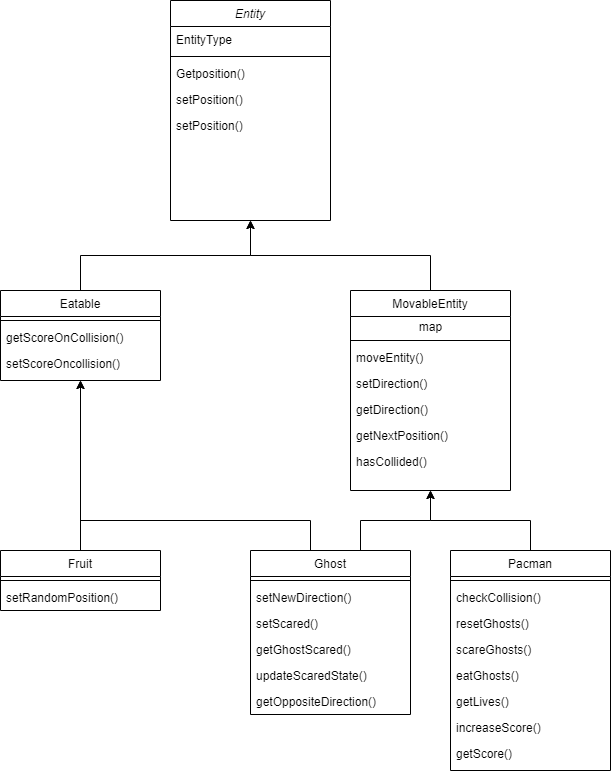
Above: classdiagram.png in berendvisser/pacman (draw.io), before the change. Source tidied: cells renumbered, new cells last; positions are measured from the earlier drawing's top-left corner, leaving out a move shared by most shapes. Its diagram source:
```xml
<mxGraphModel>
  <root>
    <mxCell id="0" />
    <mxCell id="1" parent="0" />
    <mxCell id="2" value="Entity" style="swimlane;fontStyle=2;align=center;verticalAlign=top;horizontal=1;startSize=26;rounded=0;shadow=0;strokeWidth=1;" parent="1" vertex="1">
      <mxGeometry x="170" width="160" height="220" as="geometry" />
    </mxCell>
    <mxCell id="3" value="EntityType" style="text;align=left;verticalAlign=top;spacingLeft=4;spacingRight=4;overflow=hidden;rounded=0;shadow=0;html=0;" parent="2" vertex="1">
      <mxGeometry y="26" width="160" height="26" as="geometry" />
    </mxCell>
    <mxCell id="4" style="line;html=1;strokeWidth=1;align=left;verticalAlign=middle;spacingTop=-1;spacingLeft=3;spacingRight=3;labelPosition=right;" parent="2" vertex="1">
      <mxGeometry y="52" width="160" height="8" as="geometry" />
    </mxCell>
    <mxCell id="5" value="Getposition()" style="text;align=left;verticalAlign=top;spacingLeft=4;spacingRight=4;overflow=hidden;rounded=0;shadow=0;html=0;" parent="2" vertex="1">
      <mxGeometry y="60" width="160" height="26" as="geometry" />
    </mxCell>
    <mxCell id="6" value="setPosition()" style="text;align=left;verticalAlign=top;spacingLeft=4;spacingRight=4;overflow=hidden;points=[[0,0.5],[1,0.5]];portConstraint=eastwest;rounded=0;shadow=0;html=0;" parent="2" vertex="1">
      <mxGeometry y="86" width="160" height="26" as="geometry" />
    </mxCell>
    <mxCell id="7" value="setPosition()" style="text;align=left;verticalAlign=top;spacingLeft=4;spacingRight=4;overflow=hidden;rounded=0;shadow=0;html=0;" parent="2" vertex="1">
      <mxGeometry y="112" width="160" height="26" as="geometry" />
    </mxCell>
    <mxCell id="8" style="edgeStyle=orthogonalEdgeStyle;rounded=0;jettySize=auto;html=1;exitX=0.5;exitY=0;exitDx=0;exitDy=0;" parent="1" edge="1" source="9">
      <mxGeometry relative="1" as="geometry">
        <mxPoint x="250" y="220" as="targetPoint" />
      </mxGeometry>
    </mxCell>
    <mxCell id="9" value="Eatable" style="swimlane;fontStyle=0;align=center;verticalAlign=top;horizontal=1;startSize=26;rounded=0;shadow=0;strokeWidth=1;" parent="1" vertex="1">
      <mxGeometry y="290" width="160" height="90" as="geometry" />
    </mxCell>
    <mxCell id="10" style="line;html=1;strokeWidth=1;align=left;verticalAlign=middle;spacingTop=-1;spacingLeft=3;spacingRight=3;labelPosition=right;" parent="9" vertex="1">
      <mxGeometry y="26" width="160" height="8" as="geometry" />
    </mxCell>
    <mxCell id="11" value="getScoreOnCollision()" style="text;align=left;verticalAlign=top;spacingLeft=4;spacingRight=4;overflow=hidden;rounded=0;shadow=0;html=0;" parent="9" vertex="1">
      <mxGeometry y="34" width="160" height="26" as="geometry" />
    </mxCell>
    <mxCell id="12" value="setScoreOncollision()" style="text;align=left;verticalAlign=top;spacingLeft=4;spacingRight=4;overflow=hidden;rounded=0;shadow=0;html=0;" parent="9" vertex="1">
      <mxGeometry y="60" width="160" height="26" as="geometry" />
    </mxCell>
    <mxCell id="13" style="edgeStyle=orthogonalEdgeStyle;rounded=0;jettySize=auto;html=1;exitX=0.5;exitY=0;exitDx=0;exitDy=0;entryX=0.5;entryY=1;entryDx=0;entryDy=0;" parent="1" edge="1" source="14" target="2">
      <mxGeometry relative="1" as="geometry" />
    </mxCell>
    <mxCell id="14" value="MovableEntity" style="swimlane;fontStyle=0;align=center;verticalAlign=top;horizontal=1;startSize=26;rounded=0;shadow=0;strokeWidth=1;" parent="1" vertex="1">
      <mxGeometry x="350" y="290" width="160" height="200" as="geometry" />
    </mxCell>
    <mxCell id="15" value="map" style="text;html=1;align=center;verticalAlign=middle;" parent="14" vertex="1">
      <mxGeometry y="26" width="160" height="20" as="geometry" />
    </mxCell>
    <mxCell id="16" style="line;html=1;strokeWidth=1;align=left;verticalAlign=middle;spacingTop=-1;spacingLeft=3;spacingRight=3;labelPosition=right;" parent="14" vertex="1">
      <mxGeometry y="46" width="160" height="8" as="geometry" />
    </mxCell>
    <mxCell id="17" value="moveEntity()" style="text;align=left;verticalAlign=top;spacingLeft=4;spacingRight=4;overflow=hidden;rounded=0;shadow=0;html=0;" parent="14" vertex="1">
      <mxGeometry y="54" width="160" height="26" as="geometry" />
    </mxCell>
    <mxCell id="18" value="setDirection()" style="text;align=left;verticalAlign=top;spacingLeft=4;spacingRight=4;overflow=hidden;rounded=0;shadow=0;html=0;" parent="14" vertex="1">
      <mxGeometry y="80" width="160" height="26" as="geometry" />
    </mxCell>
    <mxCell id="19" value="getDirection()" style="text;align=left;verticalAlign=top;spacingLeft=4;spacingRight=4;overflow=hidden;rounded=0;shadow=0;html=0;" parent="14" vertex="1">
      <mxGeometry y="106" width="160" height="26" as="geometry" />
    </mxCell>
    <mxCell id="20" value="getNextPosition()" style="text;align=left;verticalAlign=top;spacingLeft=4;spacingRight=4;overflow=hidden;rounded=0;shadow=0;html=0;" parent="14" vertex="1">
      <mxGeometry y="132" width="160" height="26" as="geometry" />
    </mxCell>
    <mxCell id="21" value="hasCollided()" style="text;align=left;verticalAlign=top;spacingLeft=4;spacingRight=4;overflow=hidden;rounded=0;shadow=0;html=0;" parent="14" vertex="1">
      <mxGeometry y="158" width="160" height="26" as="geometry" />
    </mxCell>
    <mxCell id="22" style="edgeStyle=orthogonalEdgeStyle;rounded=0;jettySize=auto;html=1;exitX=0.5;exitY=0;exitDx=0;exitDy=0;entryX=0.5;entryY=1;entryDx=0;entryDy=0;" parent="1" edge="1" source="23" target="14">
      <mxGeometry relative="1" as="geometry" />
    </mxCell>
    <mxCell id="23" value="Pacman" style="swimlane;fontStyle=0;align=center;verticalAlign=top;horizontal=1;startSize=26;rounded=0;shadow=0;strokeWidth=1;" parent="1" vertex="1">
      <mxGeometry x="450" y="550" width="160" height="220" as="geometry" />
    </mxCell>
    <mxCell id="24" style="line;html=1;strokeWidth=1;align=left;verticalAlign=middle;spacingTop=-1;spacingLeft=3;spacingRight=3;labelPosition=right;" parent="23" vertex="1">
      <mxGeometry y="26" width="160" height="8" as="geometry" />
    </mxCell>
    <mxCell id="25" value="checkCollision()&#10;" style="text;align=left;verticalAlign=top;spacingLeft=4;spacingRight=4;overflow=hidden;rounded=0;shadow=0;html=0;" parent="23" vertex="1">
      <mxGeometry y="34" width="160" height="26" as="geometry" />
    </mxCell>
    <mxCell id="26" value="resetGhosts()" style="text;align=left;verticalAlign=top;spacingLeft=4;spacingRight=4;overflow=hidden;rounded=0;shadow=0;html=0;" parent="23" vertex="1">
      <mxGeometry y="60" width="160" height="26" as="geometry" />
    </mxCell>
    <mxCell id="27" value="scareGhosts()" style="text;align=left;verticalAlign=top;spacingLeft=4;spacingRight=4;overflow=hidden;rounded=0;shadow=0;html=0;" parent="23" vertex="1">
      <mxGeometry y="86" width="160" height="26" as="geometry" />
    </mxCell>
    <mxCell id="28" value="eatGhosts()" style="text;align=left;verticalAlign=top;spacingLeft=4;spacingRight=4;overflow=hidden;rounded=0;shadow=0;html=0;" parent="23" vertex="1">
      <mxGeometry y="112" width="160" height="26" as="geometry" />
    </mxCell>
    <mxCell id="29" value="getLives()" style="text;align=left;verticalAlign=top;spacingLeft=4;spacingRight=4;overflow=hidden;rounded=0;shadow=0;html=0;" parent="23" vertex="1">
      <mxGeometry y="138" width="160" height="26" as="geometry" />
    </mxCell>
    <mxCell id="30" value="increaseScore()" style="text;align=left;verticalAlign=top;spacingLeft=4;spacingRight=4;overflow=hidden;rounded=0;shadow=0;html=0;" parent="23" vertex="1">
      <mxGeometry y="164" width="160" height="26" as="geometry" />
    </mxCell>
    <mxCell id="31" value="getScore()" style="text;align=left;verticalAlign=top;spacingLeft=4;spacingRight=4;overflow=hidden;rounded=0;shadow=0;html=0;" parent="23" vertex="1">
      <mxGeometry y="190" width="160" height="26" as="geometry" />
    </mxCell>
    <mxCell id="32" style="edgeStyle=orthogonalEdgeStyle;rounded=0;jettySize=auto;html=1;exitX=0.5;exitY=0;exitDx=0;exitDy=0;" parent="1" edge="1" source="34">
      <mxGeometry relative="1" as="geometry">
        <mxPoint x="430" y="490" as="targetPoint" />
        <Array as="points">
          <mxPoint x="360" y="550" />
          <mxPoint x="360" y="520" />
          <mxPoint x="430" y="520" />
        </Array>
      </mxGeometry>
    </mxCell>
    <mxCell id="33" style="edgeStyle=orthogonalEdgeStyle;rounded=0;jettySize=auto;html=1;exitX=0.5;exitY=0;exitDx=0;exitDy=0;entryX=0.5;entryY=1;entryDx=0;entryDy=0;" parent="1" edge="1" source="34" target="9">
      <mxGeometry relative="1" as="geometry">
        <Array as="points">
          <mxPoint x="310" y="550" />
          <mxPoint x="310" y="520" />
          <mxPoint x="80" y="520" />
        </Array>
      </mxGeometry>
    </mxCell>
    <mxCell id="34" value="Ghost" style="swimlane;fontStyle=0;align=center;verticalAlign=top;horizontal=1;startSize=26;rounded=0;shadow=0;strokeWidth=1;" parent="1" vertex="1">
      <mxGeometry x="250" y="550" width="160" height="164" as="geometry" />
    </mxCell>
    <mxCell id="35" style="line;html=1;strokeWidth=1;align=left;verticalAlign=middle;spacingTop=-1;spacingLeft=3;spacingRight=3;labelPosition=right;" parent="34" vertex="1">
      <mxGeometry y="26" width="160" height="8" as="geometry" />
    </mxCell>
    <mxCell id="36" value="setNewDirection()" style="text;align=left;verticalAlign=top;spacingLeft=4;spacingRight=4;overflow=hidden;rounded=0;shadow=0;html=0;" parent="34" vertex="1">
      <mxGeometry y="34" width="160" height="26" as="geometry" />
    </mxCell>
    <mxCell id="37" value="setScared()" style="text;align=left;verticalAlign=top;spacingLeft=4;spacingRight=4;overflow=hidden;rounded=0;shadow=0;html=0;" parent="34" vertex="1">
      <mxGeometry y="60" width="160" height="26" as="geometry" />
    </mxCell>
    <mxCell id="38" value="getGhostScared()" style="text;align=left;verticalAlign=top;spacingLeft=4;spacingRight=4;overflow=hidden;rounded=0;shadow=0;html=0;" parent="34" vertex="1">
      <mxGeometry y="86" width="160" height="26" as="geometry" />
    </mxCell>
    <mxCell id="39" value="updateScaredState()" style="text;align=left;verticalAlign=top;spacingLeft=4;spacingRight=4;overflow=hidden;rounded=0;shadow=0;html=0;" parent="34" vertex="1">
      <mxGeometry y="112" width="160" height="26" as="geometry" />
    </mxCell>
    <mxCell id="40" value="getOppositeDirection()" style="text;align=left;verticalAlign=top;spacingLeft=4;spacingRight=4;overflow=hidden;rounded=0;shadow=0;html=0;" parent="34" vertex="1">
      <mxGeometry y="138" width="160" height="26" as="geometry" />
    </mxCell>
    <mxCell id="41" style="edgeStyle=orthogonalEdgeStyle;rounded=0;jettySize=auto;html=1;exitX=0.5;exitY=0;exitDx=0;exitDy=0;entryX=0.5;entryY=1;entryDx=0;entryDy=0;" parent="1" edge="1" source="42" target="9">
      <mxGeometry relative="1" as="geometry" />
    </mxCell>
    <mxCell id="42" value="Fruit" style="swimlane;fontStyle=0;align=center;verticalAlign=top;horizontal=1;startSize=26;rounded=0;shadow=0;strokeWidth=1;" parent="1" vertex="1">
      <mxGeometry y="550" width="160" height="60" as="geometry" />
    </mxCell>
    <mxCell id="43" style="line;html=1;strokeWidth=1;align=left;verticalAlign=middle;spacingTop=-1;spacingLeft=3;spacingRight=3;labelPosition=right;" parent="42" vertex="1">
      <mxGeometry y="26" width="160" height="8" as="geometry" />
    </mxCell>
    <mxCell id="44" value="setRandomPosition()" style="text;align=left;verticalAlign=top;spacingLeft=4;spacingRight=4;overflow=hidden;rounded=0;shadow=0;html=0;" parent="42" vertex="1">
      <mxGeometry y="34" width="160" height="26" as="geometry" />
    </mxCell>
  </root>
</mxGraphModel>
```
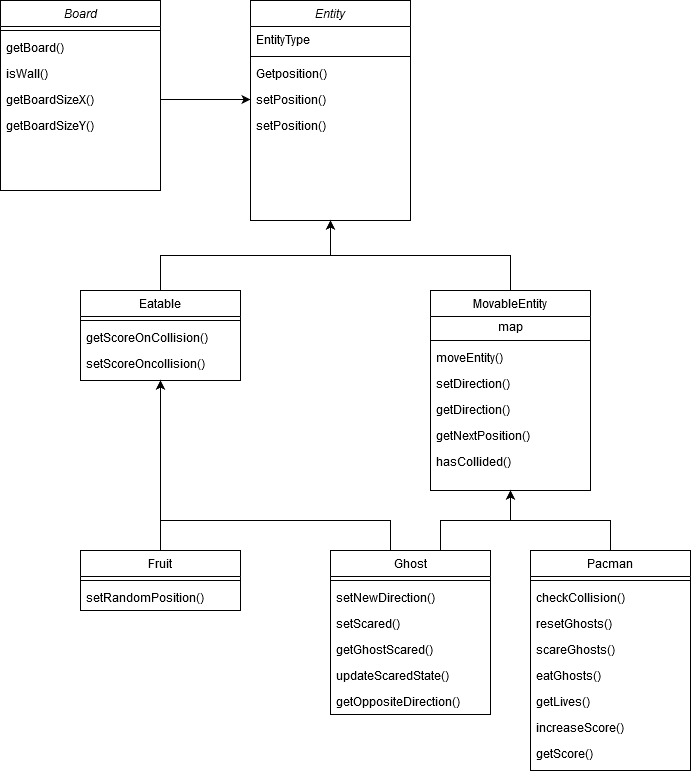
Later version of the same file.

The edit, as a diff of the source:
```diff
@@ -146,5 +146,26 @@
     <mxCell id="44" value="setRandomPosition()" style="text;align=left;verticalAlign=top;spacingLeft=4;spacingRight=4;overflow=hidden;rounded=0;shadow=0;html=0;" parent="42" vertex="1">
       <mxGeometry y="34" width="160" height="26" as="geometry" />
     </mxCell>
+    <mxCell id="45" value="Board" style="swimlane;fontStyle=2;align=center;verticalAlign=top;horizontal=1;startSize=26;rounded=0;shadow=0;strokeWidth=1;" parent="1" vertex="1">
+      <mxGeometry x="-80" width="160" height="190" as="geometry" />
+    </mxCell>
+    <mxCell id="46" style="line;html=1;strokeWidth=1;align=left;verticalAlign=middle;spacingTop=-1;spacingLeft=3;spacingRight=3;labelPosition=right;" parent="45" vertex="1">
+      <mxGeometry y="26" width="160" height="8" as="geometry" />
+    </mxCell>
+    <mxCell id="47" value="getBoard()" style="text;align=left;verticalAlign=top;spacingLeft=4;spacingRight=4;overflow=hidden;rounded=0;shadow=0;html=0;" parent="45" vertex="1">
+      <mxGeometry y="34" width="160" height="26" as="geometry" />
+    </mxCell>
+    <mxCell id="48" value="isWall()" style="text;align=left;verticalAlign=top;spacingLeft=4;spacingRight=4;overflow=hidden;rounded=0;shadow=0;html=0;" parent="45" vertex="1">
+      <mxGeometry y="60" width="160" height="26" as="geometry" />
+    </mxCell>
+    <mxCell id="49" value="getBoardSizeX()" style="text;align=left;verticalAlign=top;spacingLeft=4;spacingRight=4;overflow=hidden;points=[[0,0.5],[1,0.5]];portConstraint=eastwest;rounded=0;shadow=0;html=0;" parent="45" vertex="1">
+      <mxGeometry y="86" width="160" height="26" as="geometry" />
+    </mxCell>
+    <mxCell id="50" value="getBoardSizeY()" style="text;align=left;verticalAlign=top;spacingLeft=4;spacingRight=4;overflow=hidden;rounded=0;shadow=0;html=0;" parent="45" vertex="1">
+      <mxGeometry y="112" width="160" height="26" as="geometry" />
+    </mxCell>
+    <mxCell id="51" style="edgeStyle=orthogonalEdgeStyle;rounded=0;jettySize=auto;html=1;exitX=1;exitY=0.5;exitDx=0;exitDy=0;entryX=0;entryY=0.5;entryDx=0;entryDy=0;" parent="1" edge="1" source="49" target="6">
+      <mxGeometry relative="1" as="geometry" />
+    </mxCell>
   </root>
 </mxGraphModel>
```
